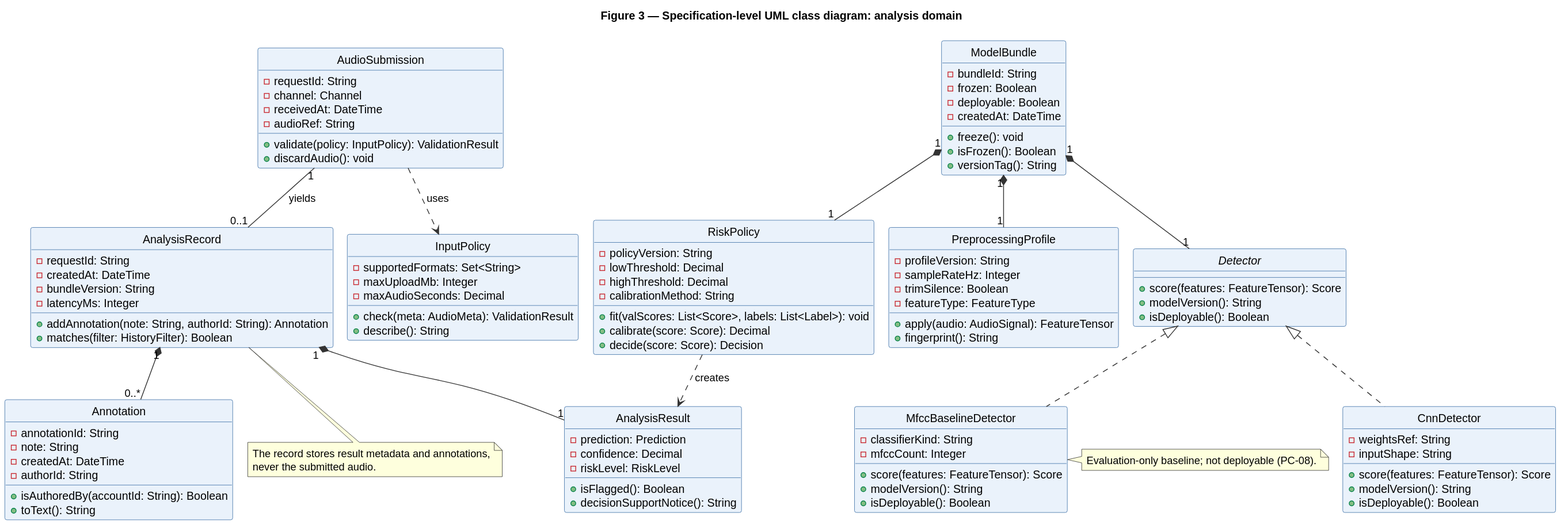
The PlantUML diagram docs/uml/class-analysis.svg in kahlanzzi/voice-spoofing-detection, before a commit.
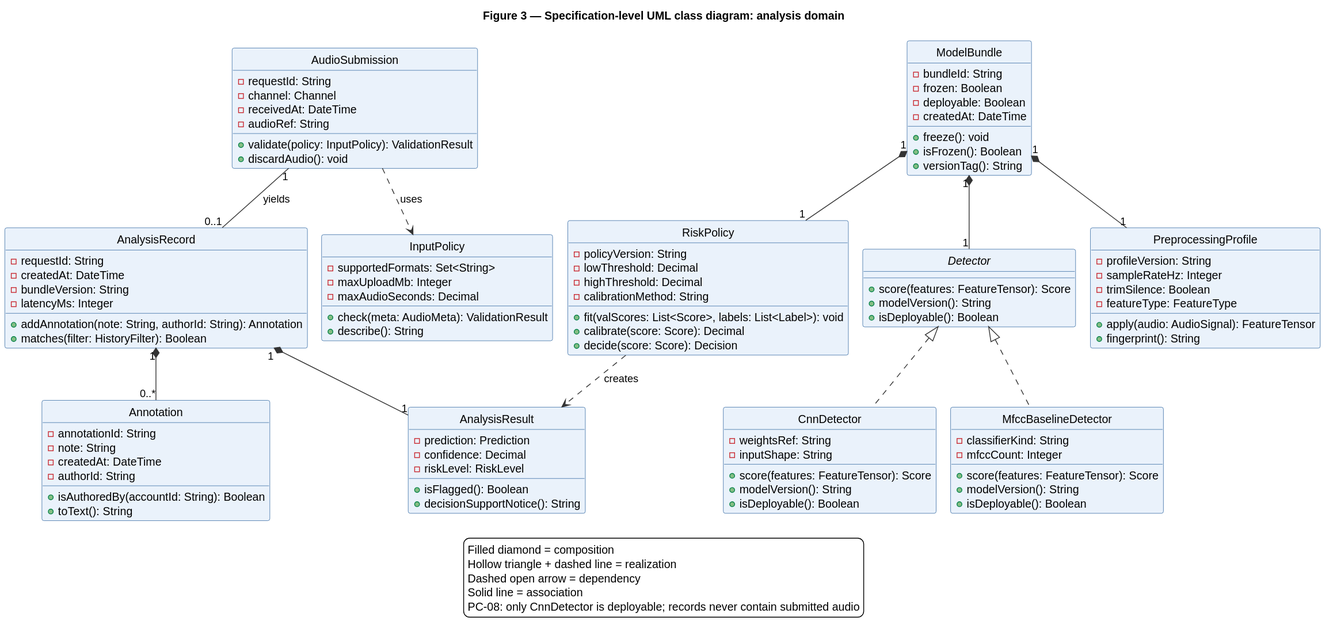
The same file after the commit.

Change to the diagram source:
```diff
@@ -117,12 +117,11 @@
 Detector <|.. CnnDetector
 Detector <|.. MfccBaselineDetector
 
-note right of MfccBaselineDetector
-  Evaluation-only baseline; not deployable (PC-08).
-end note
-
-note bottom of AnalysisRecord
-  The record stores result metadata and annotations,
-  never the submitted audio.
-end note
+legend bottom
+  Filled diamond = composition
+  Hollow triangle + dashed line = realization
+  Dashed open arrow = dependency
+  Solid line = association
+  PC-08: only CnnDetector is deployable; records never contain submitted audio
+endlegend
 @enduml
```
